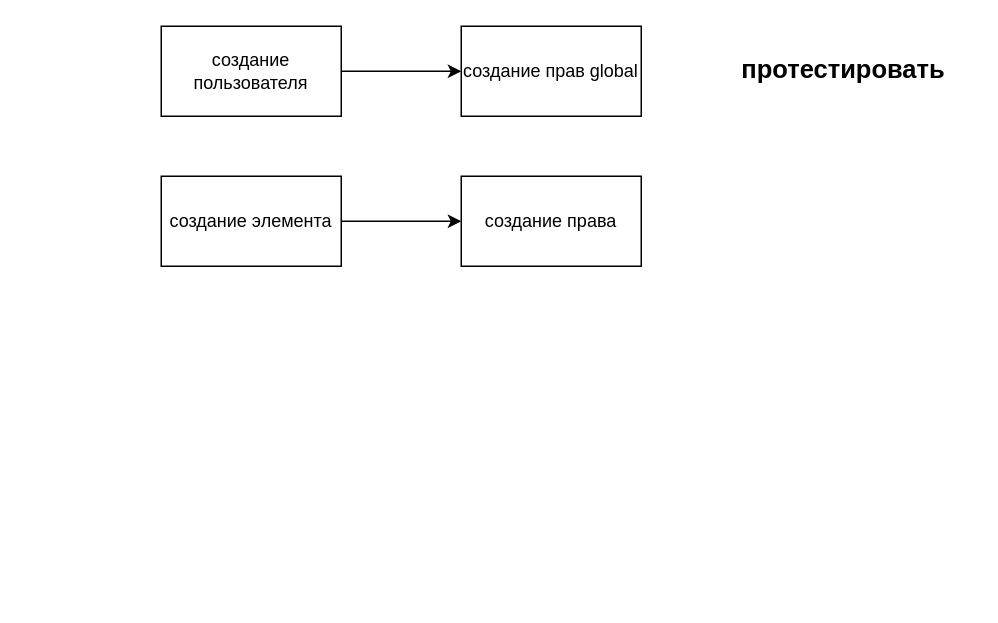
Earlier version of the draw.io diagram Управление правами.drawio (GrigoryGriko/astro_checklist). Source tidied: cells renumbered, new cells numbered last; positions are measured from the earlier drawing's top-left corner, leaving out a move shared by most shapes. Both pictures are drawn from the tidied source at 150%, with x=0, y=0 at pixel (160, 26).
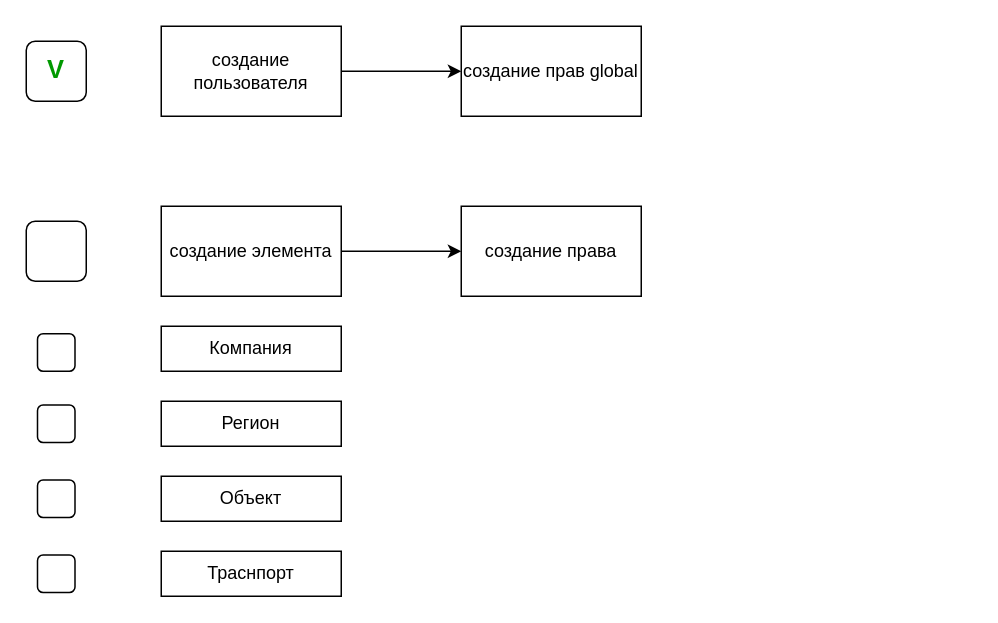
Above is the later version.

The edit, as a diff of the source:
```diff
@@
 <mxGraphModel>
   <root>
     <mxCell id="0" />
     <mxCell id="1" parent="0" />
     <mxCell id="2" style="edgeStyle=orthogonalEdgeStyle;rounded=0;jettySize=auto;html=1;" parent="1" edge="1" source="3" target="4">
       <mxGeometry relative="1" as="geometry" />
     </mxCell>
     <mxCell id="3" value="создание пользователя" style="whiteSpace=wrap;html=1;rounded=0;" parent="1" vertex="1">
       <mxGeometry width="120" height="60" as="geometry" />
     </mxCell>
     <mxCell id="4" value="создание прав global" style="whiteSpace=wrap;html=1;rounded=0;" parent="1" vertex="1">
       <mxGeometry x="200" width="120" height="60" as="geometry" />
     </mxCell>
     <mxCell id="5" style="edgeStyle=orthogonalEdgeStyle;rounded=0;jettySize=auto;html=1;" parent="1" edge="1" source="6" target="7">
       <mxGeometry relative="1" as="geometry" />
     </mxCell>
     <mxCell id="6" value="создание элемента" style="rounded=0;whiteSpace=wrap;html=1;" parent="1" vertex="1">
-      <mxGeometry y="100" width="120" height="60" as="geometry" />
+      <mxGeometry y="120" width="120" height="60" as="geometry" />
     </mxCell>
     <mxCell id="7" value="создание права" style="whiteSpace=wrap;html=1;rounded=0;" parent="1" vertex="1">
-      <mxGeometry x="200" y="100" width="120" height="60" as="geometry" />
+      <mxGeometry x="200" y="120" width="120" height="60" as="geometry" />
     </mxCell>
-    <mxCell id="8" value="протестировать" style="text;html=1;align=center;verticalAlign=middle;whiteSpace=wrap;rounded=0;fontSize=17;fontStyle=1;" parent="1" vertex="1">
-      <mxGeometry x="370" y="20" width="170" height="20" as="geometry" />
-    </mxCell>
+    <mxCell id="9" value="&lt;b&gt;&lt;font color=&quot;#009900&quot; style=&quot;font-size: 17px;&quot;&gt;V&lt;/font&gt;&lt;/b&gt;" style="rounded=1;whiteSpace=wrap;html=1;" parent="1" vertex="1">
+      <mxGeometry x="-90" y="10" width="40" height="40" as="geometry" />
+    </mxCell>
+    <mxCell id="10" style="rounded=1;whiteSpace=wrap;html=1;" parent="1" vertex="1">
+      <mxGeometry x="-90" y="130" width="40" height="40" as="geometry" />
+    </mxCell>
+    <mxCell id="11" value="Компания" style="rounded=0;whiteSpace=wrap;html=1;" parent="1" vertex="1">
+      <mxGeometry y="200" width="120" height="30" as="geometry" />
+    </mxCell>
+    <mxCell id="12" value="Регион" style="rounded=0;whiteSpace=wrap;html=1;" parent="1" vertex="1">
+      <mxGeometry y="250" width="120" height="30" as="geometry" />
+    </mxCell>
+    <mxCell id="13" value="Объект" style="rounded=0;whiteSpace=wrap;html=1;" parent="1" vertex="1">
+      <mxGeometry y="300" width="120" height="30" as="geometry" />
+    </mxCell>
+    <mxCell id="14" value="Траснпорт" style="rounded=0;whiteSpace=wrap;html=1;" parent="1" vertex="1">
+      <mxGeometry y="350" width="120" height="30" as="geometry" />
+    </mxCell>
+    <mxCell id="15" style="rounded=1;whiteSpace=wrap;html=1;" parent="1" vertex="1">
+      <mxGeometry x="-82.5" y="205" width="25" height="25" as="geometry" />
+    </mxCell>
+    <mxCell id="16" style="rounded=1;whiteSpace=wrap;html=1;" parent="1" vertex="1">
+      <mxGeometry x="-82.5" y="252.5" width="25" height="25" as="geometry" />
+    </mxCell>
+    <mxCell id="17" style="rounded=1;whiteSpace=wrap;html=1;" parent="1" vertex="1">
+      <mxGeometry x="-82.5" y="302.5" width="25" height="25" as="geometry" />
+    </mxCell>
+    <mxCell id="18" style="rounded=1;whiteSpace=wrap;html=1;" parent="1" vertex="1">
+      <mxGeometry x="-82.5" y="352.5" width="25" height="25" as="geometry" />
+    </mxCell>
   </root>
 </mxGraphModel>
```
